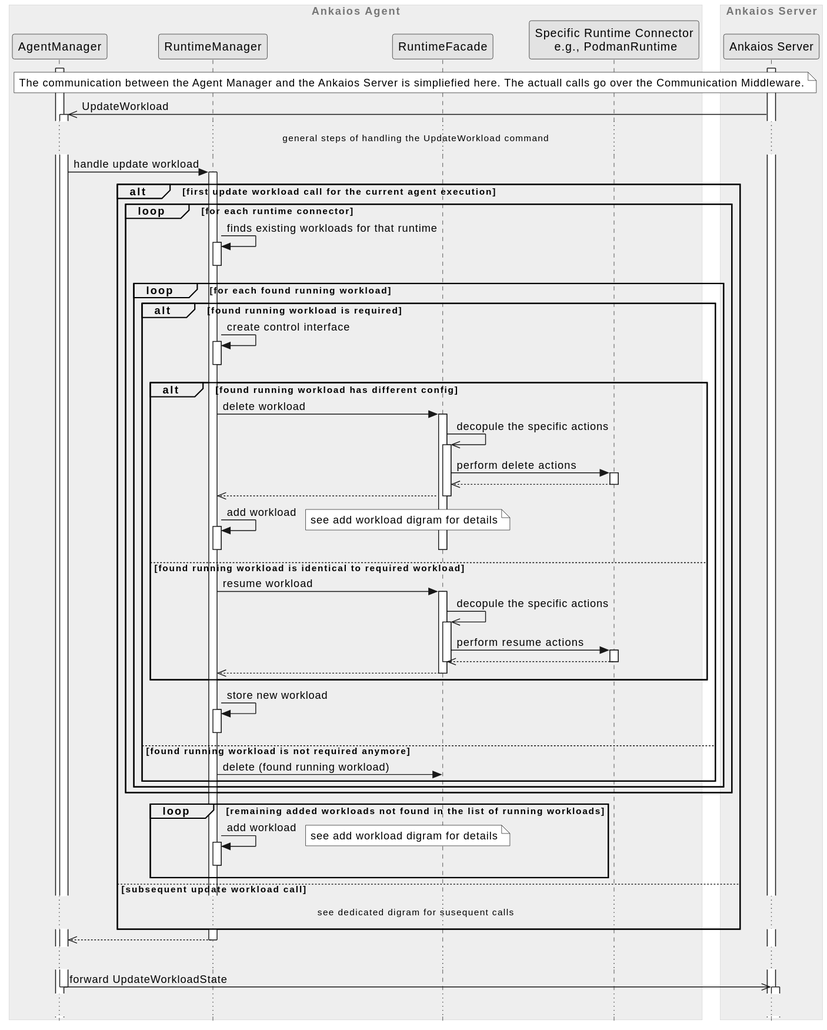
Earlier version of the PlantUML export agent/doc/swdesign/plantuml/seq_update_workload_initial.svg (eclipse-ankaios/ankaios).
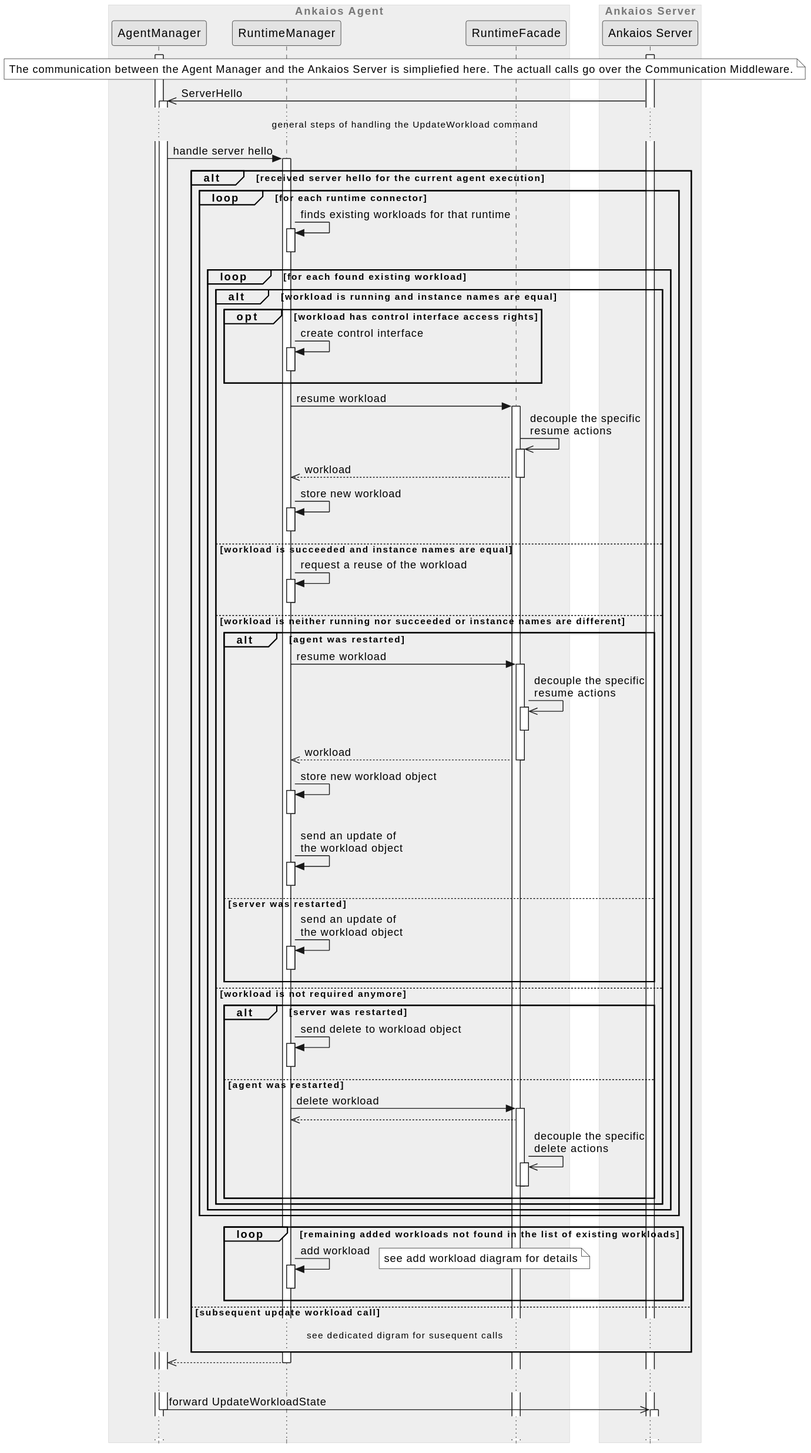
The same file after the commit.

What changed in the source:
```diff
@@ -3,12 +3,8 @@
 
 box "Ankaios Agent"
     participant "AgentManager" as manager
-
     participant "RuntimeManager" as runtime_manager
     participant "RuntimeFacade" as wl_facade
-
-    participant "Specific Runtime Connector\n e.g., PodmanRuntime" as runtime
-
 end box
 
 box "Ankaios Server"
@@ -22,54 +18,56 @@
 The communication between the Agent Manager and the Ankaios Server is simpliefied here. The actuall calls go over the Communication Middleware.
 end note
 
-manager <<- server ++: UpdateWorkload
+manager <<- server ++: ServerHello
 
 ... general steps of handling the UpdateWorkload command ...
 
-manager -> runtime_manager ++: handle update workload
+manager -> runtime_manager ++: handle server hello
 
-alt first update workload call for the current agent execution
+alt received server hello for the current agent execution
 
 loop for each runtime connector
     runtime_manager -> runtime_manager ++--: finds existing workloads for that runtime
 
-    loop for each found running workload
-        alt found running workload is required
-            runtime_manager -> runtime_manager++--: create control interface
-
-            alt found running workload has different config
-                runtime_manager -> wl_facade++: delete workload
-                wl_facade ->> wl_facade ++: decopule the specific actions
-                wl_facade -> runtime++: perform delete actions
-                runtime -->> wl_facade--
-                wl_facade -->> runtime_manager--
-                runtime_manager -> runtime_manager ++--: add workload
-                note right
-                    see add workload digram for details
-                endnote
-                deactivate wl_facade
-            else found running workload is identical to required workload
-                runtime_manager -> wl_facade++: resume workload
-                wl_facade ->> wl_facade ++: decopule the specific actions
-                wl_facade -> runtime++: perform resume actions
-                runtime -->> wl_facade--
-                deactivate wl_facade
-                wl_facade -->> runtime_manager--
+    loop for each found existing workload
+        alt workload is running and instance names are equal
+            opt workload has control interface access rights
+                runtime_manager -> runtime_manager++--: create control interface
             end
-
+            runtime_manager -> wl_facade++: resume workload
+            wl_facade ->> wl_facade ++: decouple the specific\nresume actions
+            wl_facade -->> runtime_manager--: workload
             runtime_manager -> runtime_manager++--: store new workload
 
-        else found running workload is not required anymore
-            runtime_manager -> wl_facade: delete (found running workload)
+        else workload is succeeded and instance names are equal
+            runtime_manager -> runtime_manager++--: request a reuse of the workload
+        else workload is neither running nor succeeded or instance names are different
+            alt agent was restarted
+                runtime_manager -> wl_facade++: resume workload
+                wl_facade ->> wl_facade ++--: decouple the specific\nresume actions
+                wl_facade -->> runtime_manager--: workload
+                runtime_manager -> runtime_manager++--: store new workload object
+                runtime_manager -> runtime_manager++--: send an update of\nthe workload object
+            else server was restarted
+                runtime_manager -> runtime_manager++--: send an update of\nthe workload object
+            end
+        else workload is not required anymore
+            alt server was restarted
+                runtime_manager -> runtime_manager++--: send delete to workload object
+            else agent was restarted
+                runtime_manager -> wl_facade++: delete workload
+                wl_facade -->> runtime_manager
+                wl_facade ->> wl_facade ++: decouple the specific\ndelete actions
+                deactivate wl_facade
+                deactivate wl_facade
+            end
         end
     end
 end
 
-loop remaining added workloads not found in the list of running workloads
+loop remaining added workloads not found in the list of existing workloads
         runtime_manager -> runtime_manager ++--: add workload
-        note right
-            see add workload digram for details
-        endnote
+        note right: see add workload diagram for details
 end
 
 
```
